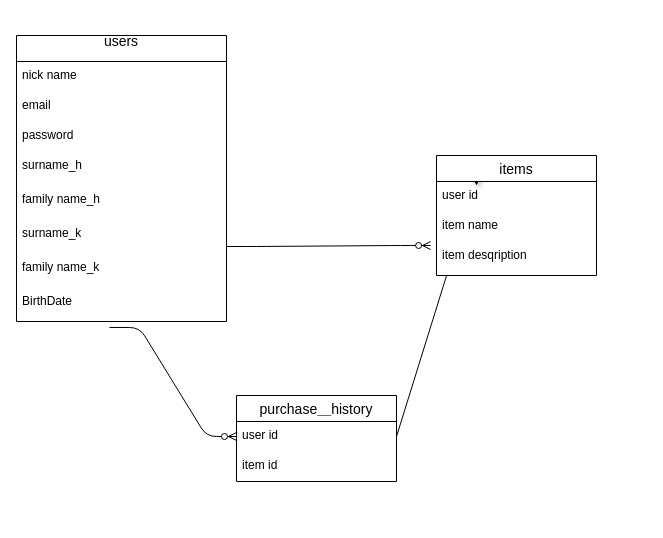
Before: .dio in nene4869/furima-31624, a draw.io diagram. Source tidied: cells renumbered, new cells numbered last; positions are measured from the earlier drawing's top-left corner, leaving out a move shared by most shapes. Both pictures are drawn from the tidied source at 100%, with x=0, y=0 at pixel (16, 35).
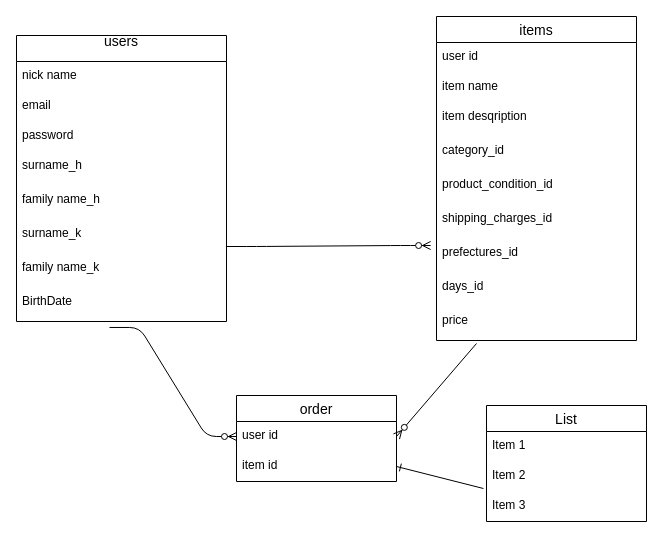
The same page after the edit.

The change refers to these unchanged cells:
```xml
<mxCell id="18" value="user id" style="text;strokeColor=none;fillColor=none;spacingLeft=4;spacingRight=4;overflow=hidden;points=[[0,0.5],[1,0.5]];portConstraint=eastwest;fontSize=12;" parent="17" vertex="1">
  <mxGeometry y="26" width="160" height="30" as="geometry" />
</mxCell>
<mxCell id="19" value="item id" style="text;strokeColor=none;fillColor=none;spacingLeft=4;spacingRight=4;overflow=hidden;points=[[0,0.5],[1,0.5]];portConstraint=eastwest;fontSize=12;" parent="17" vertex="1">
  <mxGeometry y="56" width="160" height="30" as="geometry" />
</mxCell>
```

The edit, as a diff of the source:
```diff
@@
-    <mxCell id="12" style="edgeStyle=none;rounded=0;jettySize=auto;html=1;exitX=0.25;exitY=0;exitDx=0;exitDy=0;shadow=1;" parent="1" edge="1" source="13">
-      <mxGeometry relative="1" as="geometry">
-        <mxPoint x="460" y="150" as="targetPoint" />
-      </mxGeometry>
-    </mxCell>
     <mxCell id="13" value="items" style="swimlane;fontStyle=0;horizontal=1;startSize=26;align=center;fontSize=14;" parent="1" vertex="1">
-      <mxGeometry x="420" y="120" width="160" height="120" as="geometry" />
+      <mxGeometry x="420" y="-19" width="200" height="324" as="geometry" />
     </mxCell>
     <mxCell id="14" value="user id" style="text;strokeColor=none;fillColor=none;spacingLeft=4;spacingRight=4;overflow=hidden;fontSize=12;" parent="13" vertex="1">
-      <mxGeometry y="26" width="160" height="30" as="geometry" />
+      <mxGeometry y="26" width="200" height="30" as="geometry" />
     </mxCell>
     <mxCell id="15" value="item name" style="text;strokeColor=none;fillColor=none;spacingLeft=4;spacingRight=4;overflow=hidden;fontSize=12;" parent="13" vertex="1">
-      <mxGeometry y="56" width="160" height="30" as="geometry" />
+      <mxGeometry y="56" width="200" height="30" as="geometry" />
     </mxCell>
     <mxCell id="16" value="item desqription" style="text;strokeColor=none;fillColor=none;spacingLeft=4;spacingRight=4;overflow=hidden;points=[[0,0.5],[1,0.5]];portConstraint=eastwest;fontSize=12;" parent="13" vertex="1">
-      <mxGeometry y="86" width="160" height="34" as="geometry" />
+      <mxGeometry y="86" width="200" height="34" as="geometry" />
     </mxCell>
+    <mxCell id="22" value="category_id" style="text;strokeColor=none;fillColor=none;spacingLeft=4;spacingRight=4;overflow=hidden;fontSize=12;" parent="13" vertex="1">
+      <mxGeometry y="120" width="200" height="34" as="geometry" />
+    </mxCell>
+    <mxCell id="23" value="product_condition_id" style="text;strokeColor=none;fillColor=none;spacingLeft=4;spacingRight=4;overflow=hidden;fontSize=12;" parent="13" vertex="1">
+      <mxGeometry y="154" width="200" height="34" as="geometry" />
+    </mxCell>
+    <mxCell id="24" value="shipping_charges_id " style="text;strokeColor=none;fillColor=none;spacingLeft=4;spacingRight=4;overflow=hidden;fontSize=12;" parent="13" vertex="1">
+      <mxGeometry y="188" width="200" height="34" as="geometry" />
+    </mxCell>
+    <mxCell id="25" value="prefectures_id " style="text;strokeColor=none;fillColor=none;spacingLeft=4;spacingRight=4;overflow=hidden;fontSize=12;" parent="13" vertex="1">
+      <mxGeometry y="222" width="200" height="34" as="geometry" />
+    </mxCell>
+    <mxCell id="26" value="days_id " style="text;strokeColor=none;fillColor=none;spacingLeft=4;spacingRight=4;overflow=hidden;fontSize=12;" parent="13" vertex="1">
+      <mxGeometry y="256" width="200" height="34" as="geometry" />
+    </mxCell>
+    <mxCell id="27" value="price" style="text;strokeColor=none;fillColor=none;spacingLeft=4;spacingRight=4;overflow=hidden;points=[[0,0.5],[1,0.5]];portConstraint=eastwest;fontSize=12;" parent="13" vertex="1">
+      <mxGeometry y="290" width="200" height="34" as="geometry" />
+    </mxCell>
-    <mxCell id="17" value="purchase＿history " style="swimlane;fontStyle=0;horizontal=1;startSize=26;align=center;fontSize=14;" parent="1" vertex="1">
+    <mxCell id="17" value="order" style="swimlane;fontStyle=0;horizontal=1;startSize=26;align=center;fontSize=14;" parent="1" vertex="1">
       <mxGeometry x="220" y="360" width="160" height="86" as="geometry" />
     </mxCell>
@@
-    <mxCell id="20" style="endArrow=none;html=1;entryX=0.063;entryY=1;entryDx=0;entryDy=0;entryPerimeter=0;exitX=1;exitY=0.5;exitDx=0;exitDy=0;" parent="1" edge="1" source="18" target="16">
-      <mxGeometry relative="1" as="geometry" />
-    </mxCell>
@@
+    <mxCell id="28" value="List" style="swimlane;fontStyle=0;horizontal=1;startSize=26;align=center;fontSize=14;" parent="1" vertex="1">
+      <mxGeometry x="470" y="370" width="160" height="116" as="geometry" />
+    </mxCell>
+    <mxCell id="29" value="Item 1" style="text;strokeColor=none;fillColor=none;spacingLeft=4;spacingRight=4;overflow=hidden;fontSize=12;" parent="28" vertex="1">
+      <mxGeometry y="26" width="160" height="30" as="geometry" />
+    </mxCell>
+    <mxCell id="30" value="Item 2" style="text;strokeColor=none;fillColor=none;spacingLeft=4;spacingRight=4;overflow=hidden;points=[[0,0.5],[1,0.5]];portConstraint=eastwest;fontSize=12;" parent="28" vertex="1">
+      <mxGeometry y="56" width="160" height="30" as="geometry" />
+    </mxCell>
+    <mxCell id="31" value="Item 3" style="text;strokeColor=none;fillColor=none;spacingLeft=4;spacingRight=4;overflow=hidden;fontSize=12;" parent="28" vertex="1">
+      <mxGeometry y="86" width="160" height="30" as="geometry" />
+    </mxCell>
+    <mxCell id="32" style="fontSize=12;html=1;endArrow=ERzeroToMany;endFill=1;exitX=0.2;exitY=1.088;exitDx=0;exitDy=0;exitPerimeter=0;entryX=1;entryY=0.5;entryDx=0;entryDy=0;" parent="1" edge="1" source="27" target="18">
+      <mxGeometry relative="1" as="geometry" />
+    </mxCell>
+    <mxCell id="33" style="fontSize=12;html=1;endArrow=ERone;endFill=1;exitX=-0.019;exitY=0.9;exitDx=0;exitDy=0;exitPerimeter=0;entryX=1;entryY=0.5;entryDx=0;entryDy=0;" parent="1" edge="1" source="30" target="19">
+      <mxGeometry relative="1" as="geometry" />
+    </mxCell>
```
